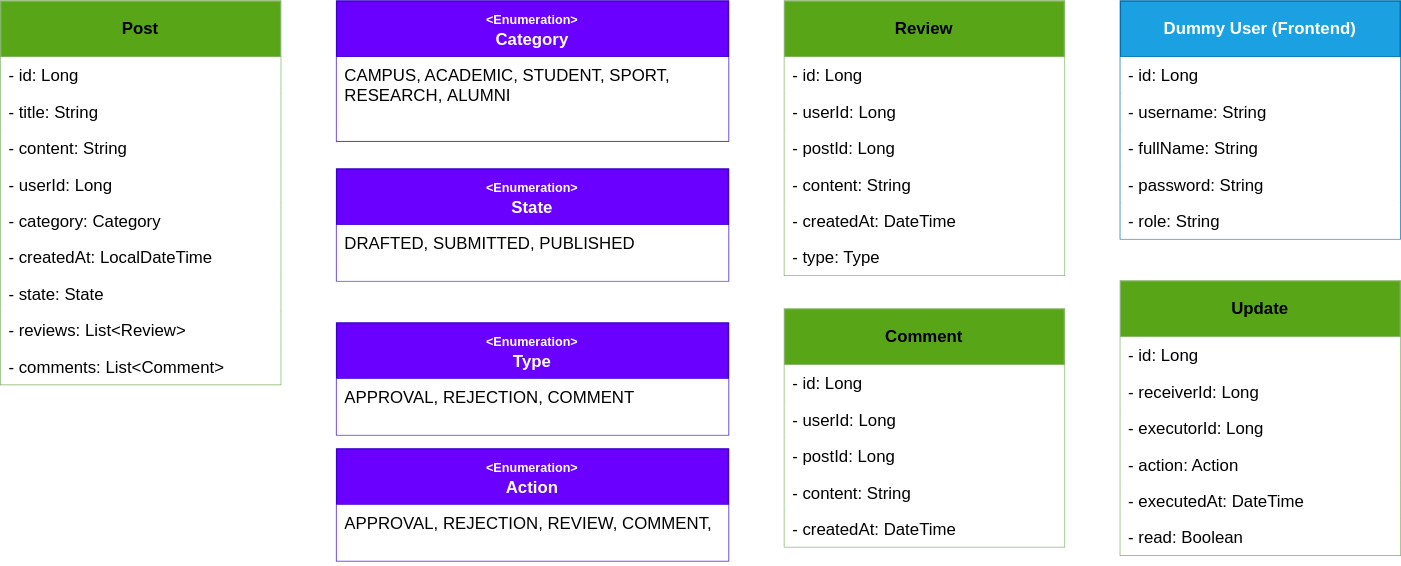
This is architecture/entities.drawio.svg from pxlit-projects/project-Su-zenGeurtsPXL-1, a draw.io export, as it was before one commit. Source tidied: cells renumbered, new cells last; positions are measured from the earlier drawing's top-left corner, leaving out a move shared by most shapes.
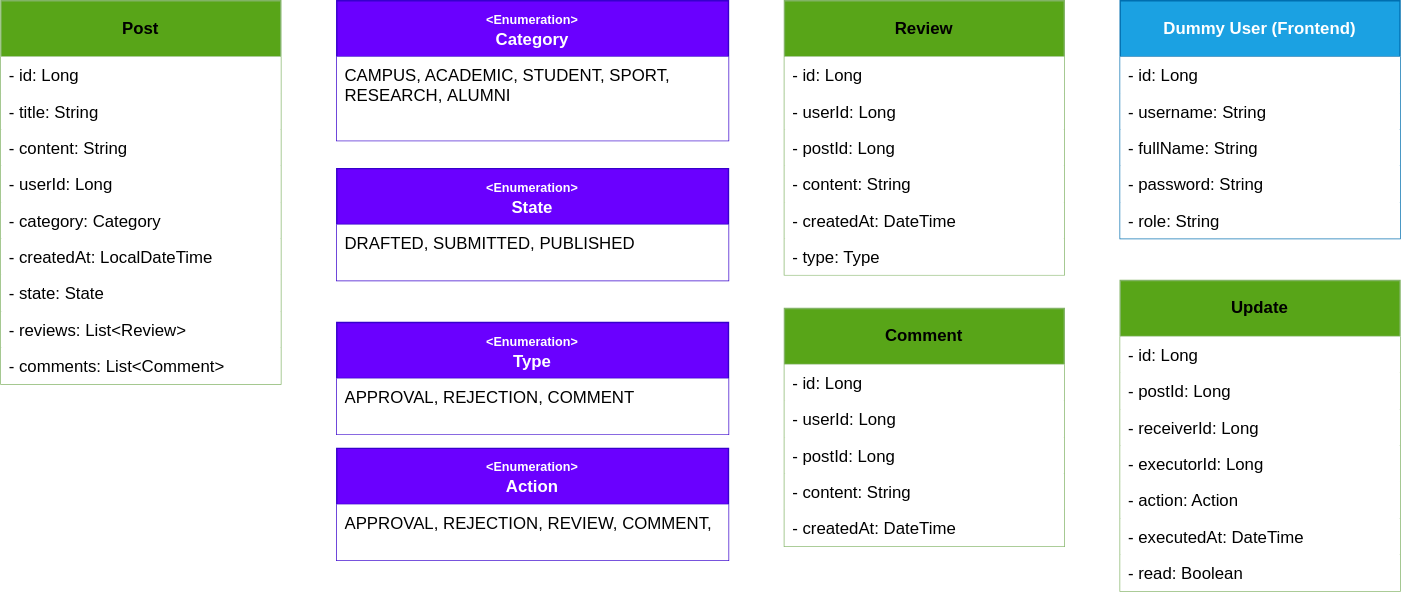
After the commit.

Commit message:
[SETUP] Updated entities

What changed in the source:
```diff
@@ -102,25 +102,28 @@
       <mxGeometry y="144" width="200" height="26" as="geometry" />
     </mxCell>
     <mxCell id="35" value="&lt;b&gt;Update&lt;/b&gt;" style="swimlane;fontStyle=0;horizontal=1;startSize=40;whiteSpace=wrap;html=1;fillColor=#58a518;strokeColor=#82b366;" parent="1" vertex="1">
-      <mxGeometry x="800" y="200" width="200" height="196" as="geometry" />
+      <mxGeometry x="800" y="200" width="200" height="222" as="geometry" />
     </mxCell>
     <mxCell id="36" value="- id: Long" style="text;align=left;verticalAlign=top;spacingLeft=4;spacingRight=4;overflow=hidden;whiteSpace=wrap;html=1;fillColor=default;" parent="35" vertex="1">
       <mxGeometry y="40" width="200" height="26" as="geometry" />
     </mxCell>
+    <mxCell id="46" value="- postId: Long" style="text;align=left;verticalAlign=top;spacingLeft=4;spacingRight=4;overflow=hidden;whiteSpace=wrap;html=1;fillColor=default;" parent="35" vertex="1">
+      <mxGeometry y="66" width="200" height="26" as="geometry" />
+    </mxCell>
     <mxCell id="37" value="- receiverId: Long" style="text;align=left;verticalAlign=top;spacingLeft=4;spacingRight=4;overflow=hidden;whiteSpace=wrap;html=1;fillColor=default;" parent="35" vertex="1">
-      <mxGeometry y="66" width="200" height="26" as="geometry" />
+      <mxGeometry y="92" width="200" height="26" as="geometry" />
     </mxCell>
     <mxCell id="38" value="- executorId: Long" style="text;align=left;verticalAlign=top;spacingLeft=4;spacingRight=4;overflow=hidden;whiteSpace=wrap;html=1;fillColor=default;" parent="35" vertex="1">
-      <mxGeometry y="92" width="200" height="26" as="geometry" />
+      <mxGeometry y="118" width="200" height="26" as="geometry" />
     </mxCell>
     <mxCell id="39" value="- action: Action" style="text;align=left;verticalAlign=top;spacingLeft=4;spacingRight=4;overflow=hidden;whiteSpace=wrap;html=1;fillColor=default;" parent="35" vertex="1">
-      <mxGeometry y="118" width="200" height="26" as="geometry" />
+      <mxGeometry y="144" width="200" height="26" as="geometry" />
     </mxCell>
     <mxCell id="40" value="- executedAt: DateTime" style="text;align=left;verticalAlign=top;spacingLeft=4;spacingRight=4;overflow=hidden;whiteSpace=wrap;html=1;fillColor=default;" parent="35" vertex="1">
-      <mxGeometry y="144" width="200" height="26" as="geometry" />
+      <mxGeometry y="170" width="200" height="26" as="geometry" />
     </mxCell>
     <mxCell id="41" value="- read: Boolean" style="text;align=left;verticalAlign=top;spacingLeft=4;spacingRight=4;overflow=hidden;whiteSpace=wrap;html=1;fillColor=default;" parent="35" vertex="1">
-      <mxGeometry y="170" width="200" height="26" as="geometry" />
+      <mxGeometry y="196" width="200" height="26" as="geometry" />
     </mxCell>
     <mxCell id="42" value="&lt;div&gt;&lt;b&gt;&lt;font style=&quot;font-size: 9px;&quot;&gt;&amp;lt;Enumeration&amp;gt;&lt;/font&gt;&lt;/b&gt;&lt;/div&gt;&lt;b&gt;Type&lt;/b&gt;" style="swimlane;fontStyle=0;horizontal=1;startSize=40;whiteSpace=wrap;html=1;fillColor=#6a00ff;strokeColor=#3700CC;fontColor=#ffffff;" parent="1" vertex="1">
       <mxGeometry x="240" y="230" width="280" height="80" as="geometry" />
```
